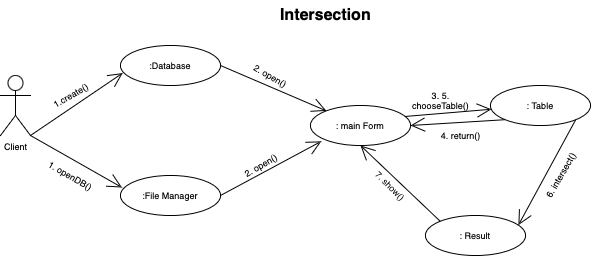
zayatsliza/IT keeps this draw.io diagram as docs/RelationsDiagram.drawio.png. Above is the earlier version. Source tidied: cells renumbered, new cells last; positions are measured from the earlier drawing's top-left corner, leaving out a move shared by most shapes.
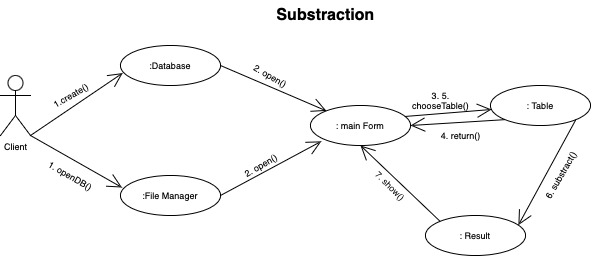
After the change.

The edit, as a diff of the source:
```diff
@@ -59,8 +59,8 @@
     <mxCell id="20" style="endArrow=open;endSize=12;html=1;rounded=0;strokeWidth=1;fontFamily=Helvetica;fontSize=9;fontColor=rgb(0, 0, 0);jumpSize=12;exitX=1;exitY=1;exitDx=0;exitDy=0;entryX=0.929;entryY=0.241;entryDx=0;entryDy=0;entryPerimeter=0;" parent="1" edge="1" source="16" target="19">
       <mxGeometry relative="1" as="geometry" />
     </mxCell>
-    <mxCell id="21" value="6. intersect()" style="text;html=1;align=center;verticalAlign=middle;strokeColor=none;fillColor=none;fontSize=9;fontFamily=Helvetica;fontColor=rgb(0, 0, 0);rotation=-60;" parent="1" vertex="1">
-      <mxGeometry x="525" y="165" width="70" height="20" as="geometry" />
+    <mxCell id="21" value="6. substract()" style="text;html=1;align=center;verticalAlign=middle;strokeColor=none;fillColor=none;fontSize=9;fontFamily=Helvetica;fontColor=rgb(0, 0, 0);rotation=-60;" parent="1" vertex="1">
+      <mxGeometry x="520" y="165" width="80" height="20" as="geometry" />
     </mxCell>
     <mxCell id="22" style="endArrow=open;endSize=12;html=1;rounded=0;strokeWidth=1;fontFamily=Helvetica;fontSize=9;fontColor=rgb(0, 0, 0);jumpSize=12;exitX=0;exitY=0;exitDx=0;exitDy=0;entryX=0.5;entryY=1;entryDx=0;entryDy=0;" parent="1" edge="1" source="19" target="13">
       <mxGeometry relative="1" as="geometry" />
@@ -68,8 +68,8 @@
     <mxCell id="23" value="7. show()" style="text;html=1;align=center;verticalAlign=middle;strokeColor=none;fillColor=none;fontSize=9;fontFamily=Helvetica;fontColor=rgb(0, 0, 0);rotation=45;" parent="1" vertex="1">
       <mxGeometry x="360" y="175" width="60" height="20" as="geometry" />
     </mxCell>
-    <mxCell id="24" value="&lt;font style=&quot;font-size: 16px;&quot;&gt;&lt;b&gt;Intersection&lt;/b&gt;&lt;/font&gt;" style="text;html=1;align=center;verticalAlign=middle;strokeColor=none;fillColor=none;fontSize=9;fontFamily=Helvetica;fontColor=rgb(0, 0, 0);" parent="1" vertex="1">
-      <mxGeometry x="270" width="110" height="30" as="geometry" />
+    <mxCell id="24" value="&lt;font size=&quot;3&quot;&gt;&lt;b&gt;Substraction&lt;/b&gt;&lt;/font&gt;" style="text;html=1;align=center;verticalAlign=middle;strokeColor=none;fillColor=none;fontSize=9;fontFamily=Helvetica;fontColor=rgb(0, 0, 0);" parent="1" vertex="1">
+      <mxGeometry x="265" width="120" height="30" as="geometry" />
     </mxCell>
   </root>
 </mxGraphModel>
```
